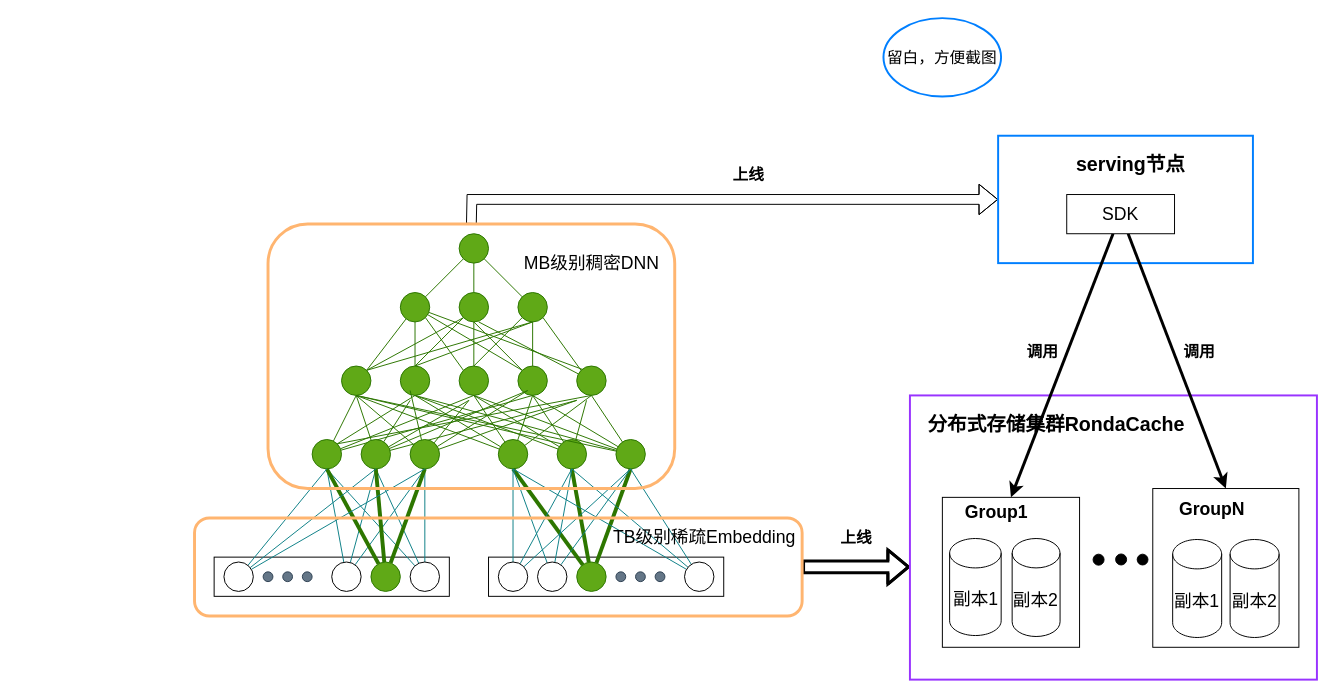
111qqz/2018FALL keeps this draw.io diagram as 无量serving存储架构图.drawio. Above is the earlier version. Source tidied: cells renumbered, new cells numbered last; positions are measured from the earlier drawing's top-left corner, leaving out a move shared by most shapes. Both pictures are drawn from the tidied source at 98%, with x=0, y=0 at pixel (194, 18).
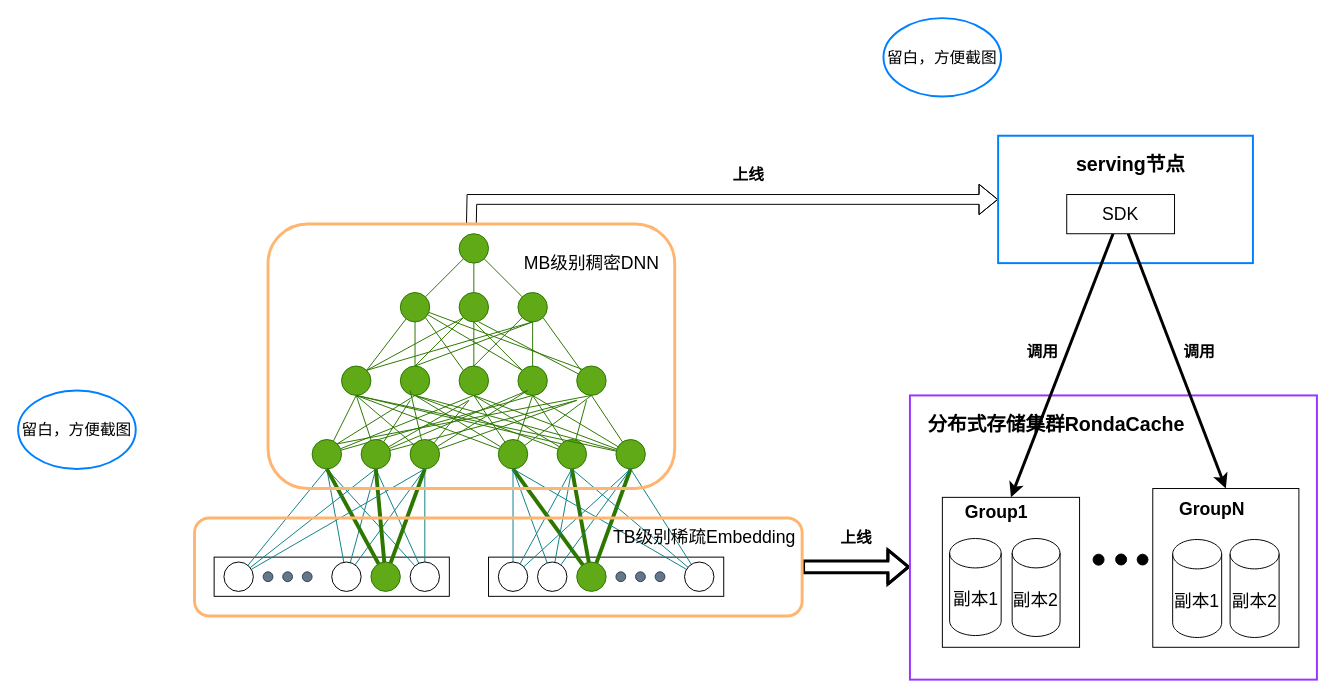
The same diagram, later.

Commit message:
添加留白，方便截图

The edit, as a diff of the source:
```diff
@@
+    <mxCell id="137" value="留白，方便截图" style="ellipse;whiteSpace=wrap;html=1;fontSize=16;strokeColor=#007FFF;strokeWidth=2;" parent="1" vertex="1">
+      <mxGeometry x="-180" y="380" width="120" height="80" as="geometry" />
+    </mxCell>
```
